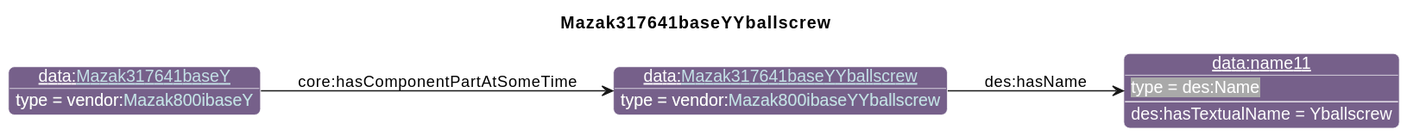
Above: diagrams/Mazak317641baseYYballscrew.svg in iofoundry/example-syseng-mtconnect (PlantUML), before the change.
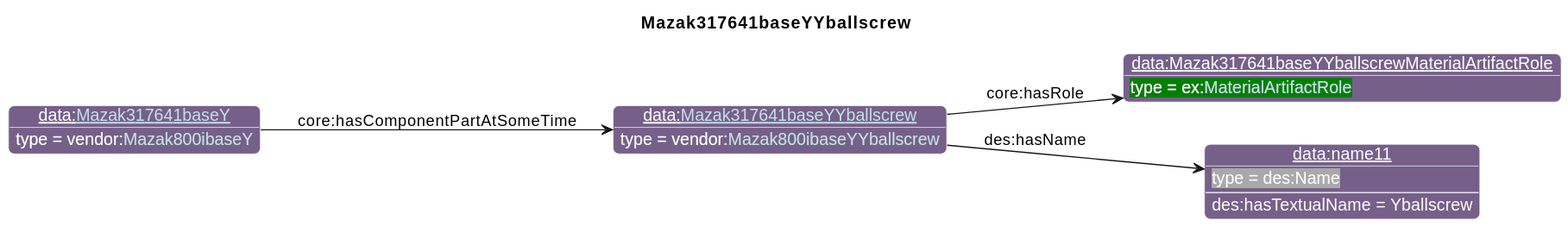
Later version of the same file.

The edit, as a diff of the source:
```diff
@@ -26,9 +26,11 @@
                       "qp":"641B2E"
       }
 individual(o0, data:[[./Mazak317641baseYYballscrew.html Mazak317641baseYYballscrew]], vendor:[[../Mazak.html#Mazak800ibaseYYballscrew Mazak800ibaseYYballscrew]])
-individual(o1, data:name11, des:Name)
-individual(o2, data:[[./Mazak317641baseY.html Mazak317641baseY]], vendor:[[../Mazak.html#Mazak800ibaseY Mazak800ibaseY]])
-property(o0, "des:hasName", o1)
-data(o1, "des:hasTextualName", "Yballscrew")
-property(o2, "core:hasComponentPartAtSomeTime", o0)
+individual(o1, data:Mazak317641baseYYballscrewMaterialArtifactRole, ex:[[../Example.html#MaterialArtifactRole MaterialArtifactRole]])
+individual(o2, data:name11, des:Name)
+individual(o3, data:[[./Mazak317641baseY.html Mazak317641baseY]], vendor:[[../Mazak.html#Mazak800ibaseY Mazak800ibaseY]])
+property(o0, "core:hasRole", o1)
+property(o0, "des:hasName", o2)
+data(o2, "des:hasTextualName", "Yballscrew")
+property(o3, "core:hasComponentPartAtSomeTime", o0)
 @enduml
```
